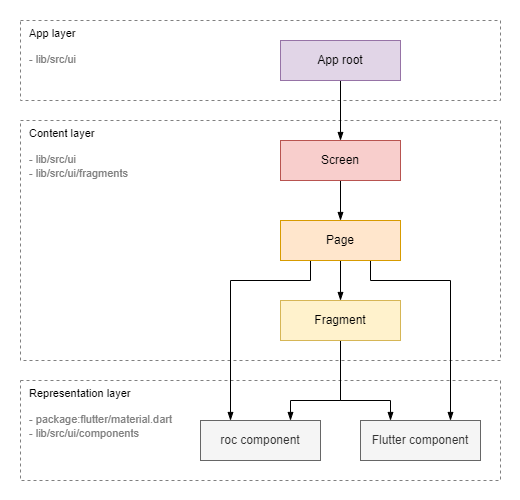
Above: docs/images/widget_types.png in roc-streaming/roc-droid (draw.io), before the change. Source tidied: cells renumbered, new cells last; positions are measured from the earlier drawing's top-left corner, leaving out a move shared by most shapes.
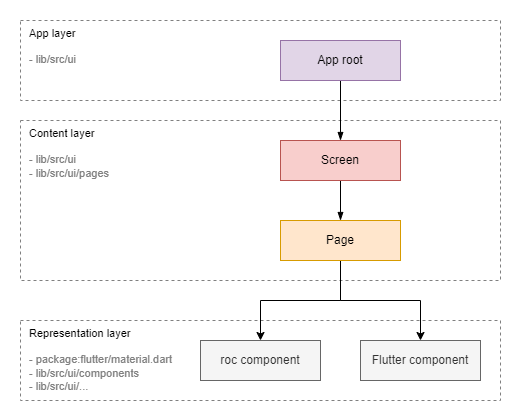
Later version of the same file.

Change to the diagram source:
```diff
@@ -3,16 +3,16 @@
     <mxCell id="0" />
     <mxCell id="1" parent="0" />
     <mxCell id="2" style="rounded=0;whiteSpace=wrap;html=1;fontFamily=Helvetica;fontSize=11;fontColor=default;labelBackgroundColor=default;strokeColor=none;" parent="1" vertex="1">
-      <mxGeometry width="520" height="500" as="geometry" />
+      <mxGeometry width="520" height="420" as="geometry" />
     </mxCell>
     <mxCell id="3" value="App layer&lt;div&gt;&lt;span style=&quot;color: rgb(128, 128, 128);&quot;&gt;&lt;br&gt;&lt;/span&gt;&lt;/div&gt;&lt;div&gt;&lt;span style=&quot;color: rgb(128, 128, 128);&quot;&gt;- lib/src/ui&lt;/span&gt;&lt;br&gt;&lt;/div&gt;" style="html=1;whiteSpace=wrap;fontFamily=Helvetica;fontSize=11;fontColor=default;labelBackgroundColor=default;dashed=1;strokeColor=#808080;align=left;verticalAlign=top;spacingLeft=7;fillColor=none;" parent="1" vertex="1">
       <mxGeometry x="20" y="20" width="480" height="80" as="geometry" />
     </mxCell>
-    <mxCell id="4" value="Representation layer&lt;div&gt;&lt;br&gt;&lt;/div&gt;&lt;div&gt;&lt;font color=&quot;#808080&quot;&gt;-&amp;nbsp;package:flutter/material.dart&lt;/font&gt;&lt;/div&gt;&lt;div&gt;&lt;span style=&quot;color: rgb(128, 128, 128);&quot;&gt;- lib/src/ui/components&lt;/span&gt;&lt;br&gt;&lt;/div&gt;" style="html=1;whiteSpace=wrap;fontFamily=Helvetica;fontSize=11;fontColor=default;labelBackgroundColor=default;dashed=1;strokeColor=#808080;align=left;verticalAlign=top;spacingLeft=7;fillColor=none;" parent="1" vertex="1">
-      <mxGeometry x="20" y="380" width="480" height="100" as="geometry" />
+    <mxCell id="4" value="Representation layer&lt;div&gt;&lt;br&gt;&lt;/div&gt;&lt;div&gt;&lt;font color=&quot;#808080&quot;&gt;-&amp;nbsp;package:flutter/material.dart&lt;/font&gt;&lt;/div&gt;&lt;div&gt;&lt;span style=&quot;color: rgb(128, 128, 128);&quot;&gt;- lib/src/ui/components&lt;/span&gt;&lt;br&gt;&lt;/div&gt;&lt;div&gt;&lt;span style=&quot;color: rgb(128, 128, 128);&quot;&gt;- lib/src/ui/...&lt;/span&gt;&lt;span style=&quot;color: rgb(128, 128, 128);&quot;&gt;&lt;br&gt;&lt;/span&gt;&lt;/div&gt;" style="html=1;whiteSpace=wrap;fontFamily=Helvetica;fontSize=11;fontColor=default;labelBackgroundColor=default;dashed=1;strokeColor=#808080;align=left;verticalAlign=top;spacingLeft=7;fillColor=none;" parent="1" vertex="1">
+      <mxGeometry x="20" y="320" width="480" height="80" as="geometry" />
     </mxCell>
-    <mxCell id="5" value="Content layer&lt;div&gt;&lt;br&gt;&lt;/div&gt;&lt;div&gt;&lt;span style=&quot;color: rgb(128, 128, 128);&quot;&gt;- lib/src/ui&lt;/span&gt;&lt;br&gt;&lt;/div&gt;&lt;div&gt;&lt;span style=&quot;color: rgb(128, 128, 128);&quot;&gt;- lib/src/ui/fragments&lt;/span&gt;&lt;span style=&quot;color: rgb(128, 128, 128);&quot;&gt;&lt;br&gt;&lt;/span&gt;&lt;/div&gt;" style="html=1;whiteSpace=wrap;fontFamily=Helvetica;fontSize=11;fontColor=default;labelBackgroundColor=default;dashed=1;strokeColor=#808080;align=left;verticalAlign=top;spacingLeft=7;fillColor=none;" parent="1" vertex="1">
-      <mxGeometry x="20" y="120" width="480" height="240" as="geometry" />
+    <mxCell id="5" value="Content layer&lt;div&gt;&lt;br&gt;&lt;/div&gt;&lt;div&gt;&lt;span style=&quot;color: rgb(128, 128, 128);&quot;&gt;- lib/src/ui&lt;/span&gt;&lt;br&gt;&lt;/div&gt;&lt;div&gt;&lt;span style=&quot;color: rgb(128, 128, 128);&quot;&gt;- lib/src/ui/pages&lt;/span&gt;&lt;span style=&quot;color: rgb(128, 128, 128);&quot;&gt;&lt;br&gt;&lt;/span&gt;&lt;/div&gt;" style="html=1;whiteSpace=wrap;fontFamily=Helvetica;fontSize=11;fontColor=default;labelBackgroundColor=default;dashed=1;strokeColor=#808080;align=left;verticalAlign=top;spacingLeft=7;fillColor=none;" parent="1" vertex="1">
+      <mxGeometry x="20" y="120" width="480" height="160" as="geometry" />
     </mxCell>
     <mxCell id="6" style="edgeStyle=orthogonalEdgeStyle;rounded=0;jettySize=auto;html=1;endArrow=blockThin;endFill=1;" parent="1" edge="1" source="7" target="9">
       <mxGeometry relative="1" as="geometry" />
@@ -26,52 +26,20 @@
     <mxCell id="9" value="Screen" style="html=1;whiteSpace=wrap;fillColor=#f8cecc;strokeColor=#b85450;" parent="1" vertex="1">
       <mxGeometry x="280" y="140" width="120" height="40" as="geometry" />
     </mxCell>
-    <mxCell id="10" style="edgeStyle=orthogonalEdgeStyle;shape=connector;rounded=0;jettySize=auto;html=1;strokeColor=default;align=center;verticalAlign=middle;fontFamily=Helvetica;fontSize=11;fontColor=default;labelBackgroundColor=default;endArrow=blockThin;endFill=1;" parent="1" edge="1" source="13" target="16">
-      <mxGeometry relative="1" as="geometry" />
-    </mxCell>
+    <mxCell id="12" style="edgeStyle=orthogonalEdgeStyle;rounded=0;jettySize=auto;html=1;" parent="1" edge="1" source="13" target="17">
+      <mxGeometry relative="1" as="geometry" />
+    </mxCell>
-    <mxCell id="11" style="edgeStyle=orthogonalEdgeStyle;shape=connector;rounded=0;jettySize=auto;html=1;entryX=0.75;entryY=0;entryDx=0;entryDy=0;strokeColor=default;align=center;verticalAlign=middle;fontFamily=Helvetica;fontSize=11;fontColor=default;labelBackgroundColor=default;endArrow=blockThin;endFill=1;" parent="1" edge="1" source="13" target="18">
-      <mxGeometry relative="1" as="geometry">
-        <Array as="points">
-          <mxPoint x="370" y="280" />
-          <mxPoint x="450" y="280" />
-        </Array>
-      </mxGeometry>
+    <mxCell id="11" style="edgeStyle=orthogonalEdgeStyle;rounded=0;jettySize=auto;html=1;" parent="1" edge="1" source="13" target="18">
+      <mxGeometry relative="1" as="geometry" />
     </mxCell>
-    <mxCell id="12" style="edgeStyle=orthogonalEdgeStyle;shape=connector;rounded=0;jettySize=auto;html=1;entryX=0.25;entryY=0;entryDx=0;entryDy=0;strokeColor=default;align=center;verticalAlign=middle;fontFamily=Helvetica;fontSize=11;fontColor=default;labelBackgroundColor=default;endArrow=blockThin;endFill=1;" parent="1" edge="1" source="13" target="17">
-      <mxGeometry relative="1" as="geometry">
-        <Array as="points">
-          <mxPoint x="310" y="280" />
-          <mxPoint x="230" y="280" />
-        </Array>
-      </mxGeometry>
-    </mxCell>
     <mxCell id="13" value="Page" style="html=1;whiteSpace=wrap;fillColor=#ffe6cc;strokeColor=#d79b00;" parent="1" vertex="1">
       <mxGeometry x="280" y="220" width="120" height="40" as="geometry" />
     </mxCell>
-    <mxCell id="14" style="edgeStyle=orthogonalEdgeStyle;shape=connector;rounded=0;jettySize=auto;html=1;entryX=0.75;entryY=0;entryDx=0;entryDy=0;strokeColor=default;align=center;verticalAlign=middle;fontFamily=Helvetica;fontSize=11;fontColor=default;labelBackgroundColor=default;endArrow=blockThin;endFill=1;" parent="1" edge="1" source="16" target="17">
-      <mxGeometry relative="1" as="geometry">
-        <Array as="points">
-          <mxPoint x="340" y="400" />
-          <mxPoint x="290" y="400" />
-        </Array>
-      </mxGeometry>
-    </mxCell>
-    <mxCell id="15" style="edgeStyle=orthogonalEdgeStyle;shape=connector;rounded=0;jettySize=auto;html=1;entryX=0.25;entryY=0;entryDx=0;entryDy=0;strokeColor=default;align=center;verticalAlign=middle;fontFamily=Helvetica;fontSize=11;fontColor=default;labelBackgroundColor=default;endArrow=blockThin;endFill=1;" parent="1" edge="1" source="16" target="18">
-      <mxGeometry relative="1" as="geometry">
-        <Array as="points">
-          <mxPoint x="340" y="400" />
-          <mxPoint x="390" y="400" />
-        </Array>
-      </mxGeometry>
-    </mxCell>
-    <mxCell id="16" value="Fragment" style="html=1;whiteSpace=wrap;fillColor=#fff2cc;strokeColor=#d6b656;" parent="1" vertex="1">
-      <mxGeometry x="280" y="300" width="120" height="40" as="geometry" />
-    </mxCell>
     <mxCell id="17" value="roc component" style="html=1;whiteSpace=wrap;fillColor=#f5f5f5;strokeColor=#666666;fontColor=#333333;" parent="1" vertex="1">
-      <mxGeometry x="200" y="420" width="120" height="40" as="geometry" />
+      <mxGeometry x="200" y="340" width="120" height="40" as="geometry" />
     </mxCell>
     <mxCell id="18" value="Flutter component" style="html=1;whiteSpace=wrap;fillColor=#f5f5f5;strokeColor=#666666;fontColor=#333333;" parent="1" vertex="1">
-      <mxGeometry x="360" y="420" width="120" height="40" as="geometry" />
+      <mxGeometry x="360" y="340" width="120" height="40" as="geometry" />
     </mxCell>
   </root>
 </mxGraphModel>
```
